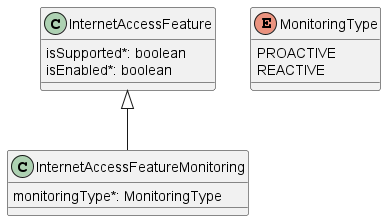
The PlantUML diagram documentation/productSchema/ip/internetAccess/MEF 139.1 resources/media/11Monitoring.png in MEF-GIT/MEF-LSO-Sonata-SDK, before a commit.
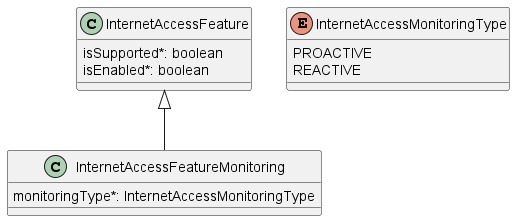
The same file after the commit.

What changed in the source:
```diff
@@ -12,11 +12,11 @@
 
 class InternetAccessFeatureMonitoring {
 
-    monitoringType*: MonitoringType
+    monitoringType*: InternetAccessMonitoringType
 }
 InternetAccessFeature <|-- InternetAccessFeatureMonitoring
 
-enum MonitoringType {
+enum InternetAccessMonitoringType {
 
     PROACTIVE
     REACTIVE
```
